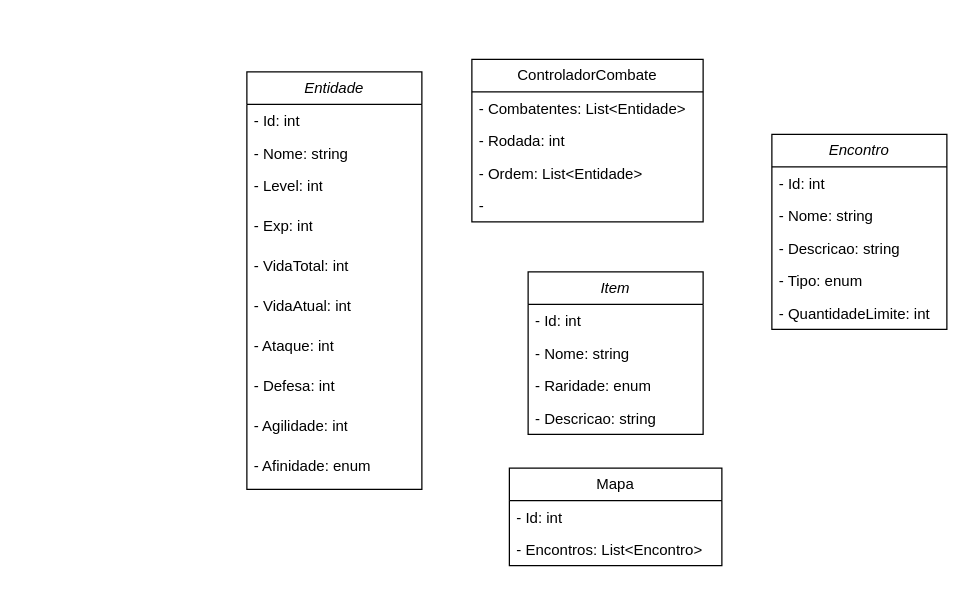
Above: Diagrama sem nome.drawio in LuucasWP/ProjetoFinalPOO (draw.io), before the change. Source tidied: cells renumbered, new cells numbered last; positions are measured from the earlier drawing's top-left corner, leaving out a move shared by most shapes. Both pictures are drawn from the tidied source at 125%, with x=0, y=0 at pixel (246, 59).
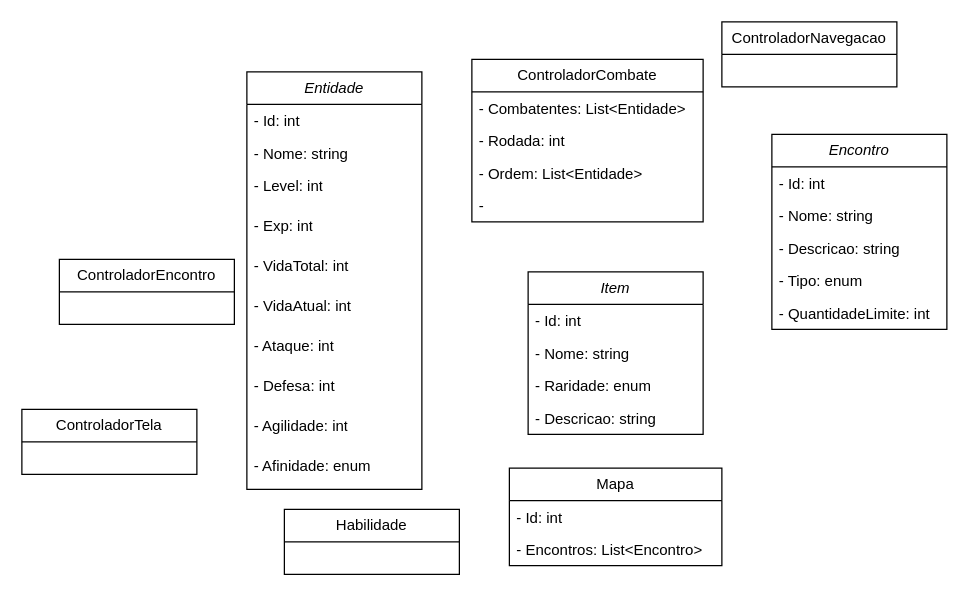
The same page after the edit.

Commit message:
Add swimlane elements to the diagram

Change to the diagram source:
```diff
@@
+    <mxCell id="32" value="ControladorNavegacao" style="swimlane;fontStyle=0;horizontal=1;startSize=26;fillColor=none;whiteSpace=wrap;html=1;" parent="1" vertex="1">
+      <mxGeometry x="380" y="-30" width="140" height="52" as="geometry" />
+    </mxCell>
+    <mxCell id="33" value="&lt;div&gt;&lt;br&gt;&lt;/div&gt;&lt;div&gt;&lt;br&gt;&lt;/div&gt;" style="text;strokeColor=none;fillColor=none;align=left;verticalAlign=top;spacingLeft=4;spacingRight=4;overflow=hidden;whiteSpace=wrap;html=1;" parent="32" vertex="1">
+      <mxGeometry y="26" width="140" height="26" as="geometry" />
+    </mxCell>
+    <mxCell id="34" value="ControladorEncontro" style="swimlane;fontStyle=0;horizontal=1;startSize=26;fillColor=none;whiteSpace=wrap;html=1;" parent="1" vertex="1">
+      <mxGeometry x="-150" y="160" width="140" height="52" as="geometry" />
+    </mxCell>
+    <mxCell id="35" value="ControladorTela" style="swimlane;fontStyle=0;horizontal=1;startSize=26;fillColor=none;whiteSpace=wrap;html=1;" parent="1" vertex="1">
+      <mxGeometry x="-180" y="280" width="140" height="52" as="geometry" />
+    </mxCell>
+    <mxCell id="36" value="Habilidade" style="swimlane;fontStyle=0;horizontal=1;startSize=26;fillColor=none;whiteSpace=wrap;html=1;" parent="1" vertex="1">
+      <mxGeometry x="30" y="360" width="140" height="52" as="geometry" />
+    </mxCell>
```
